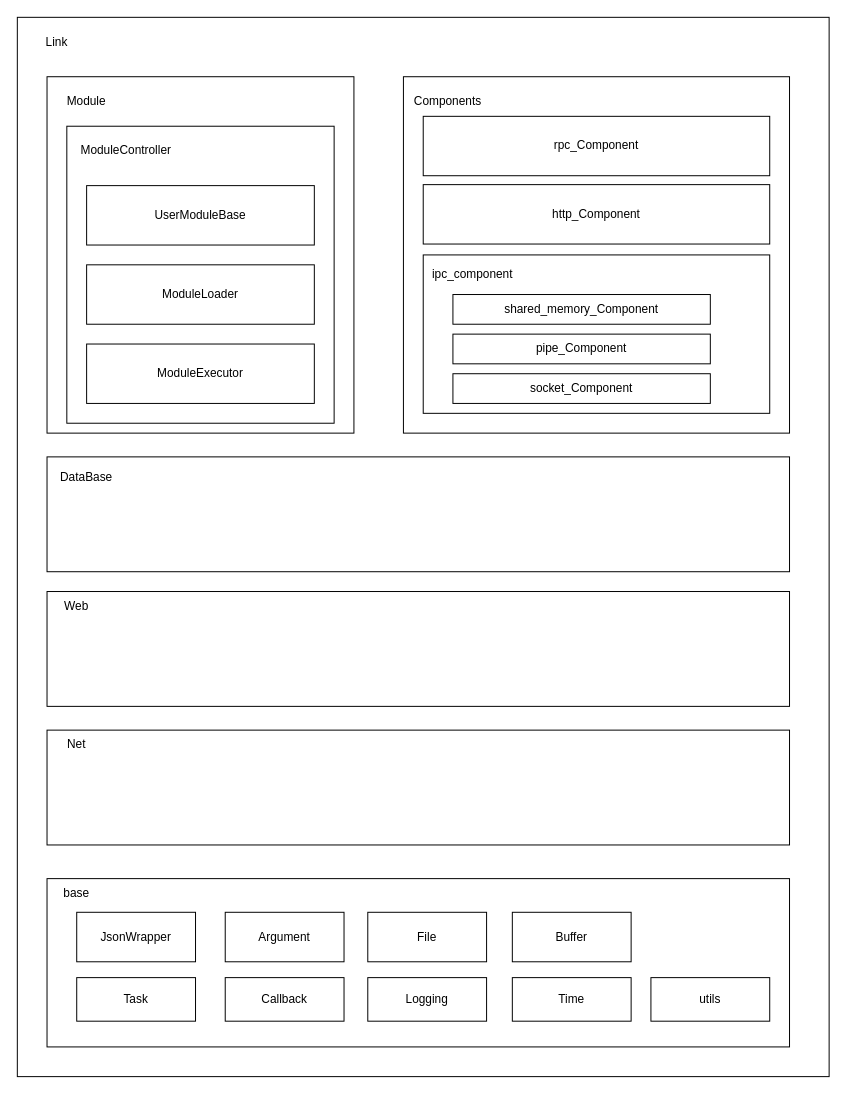
Earlier version of the draw.io diagram page "architecture" (1 of 4) of doc/arch.drawio (ISSuh/link). Source tidied: cells renumbered, new cells numbered last; positions are measured from the earlier drawing's top-left corner, leaving out a move shared by most shapes. Both pictures are drawn from the tidied source at 99%, with x=0, y=0 at pixel (17, 17).
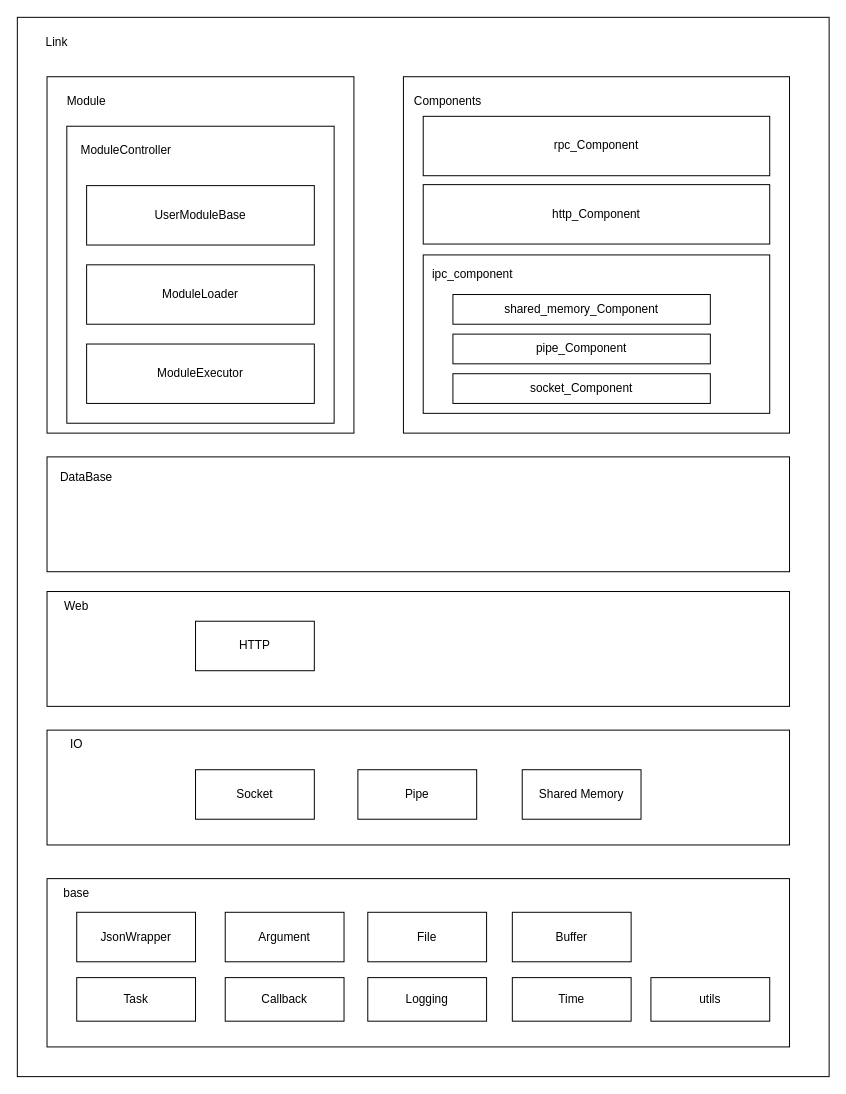
The same page after the edit.

Change to the diagram source:
```diff
@@
-    <mxCell id="34" value="Net" style="text;html=1;strokeColor=none;fillColor=none;align=center;verticalAlign=middle;whiteSpace=wrap;rounded=0;" parent="1" vertex="1">
+    <mxCell id="34" value="IO" style="text;html=1;strokeColor=none;fillColor=none;align=center;verticalAlign=middle;whiteSpace=wrap;rounded=0;" parent="1" vertex="1">
       <mxGeometry x="30" y="720" width="60" height="30" as="geometry" />
     </mxCell>
@@
+    <mxCell id="37" value="Socket" style="rounded=0;whiteSpace=wrap;html=1;" parent="1" vertex="1">
+      <mxGeometry x="180" y="760" width="120" height="50" as="geometry" />
+    </mxCell>
+    <mxCell id="38" value="Pipe" style="rounded=0;whiteSpace=wrap;html=1;" parent="1" vertex="1">
+      <mxGeometry x="344" y="760" width="120" height="50" as="geometry" />
+    </mxCell>
+    <mxCell id="39" value="Shared Memory" style="rounded=0;whiteSpace=wrap;html=1;" parent="1" vertex="1">
+      <mxGeometry x="510" y="760" width="120" height="50" as="geometry" />
+    </mxCell>
+    <mxCell id="40" value="HTTP" style="rounded=0;whiteSpace=wrap;html=1;" parent="1" vertex="1">
+      <mxGeometry x="180" y="610" width="120" height="50" as="geometry" />
+    </mxCell>
```
